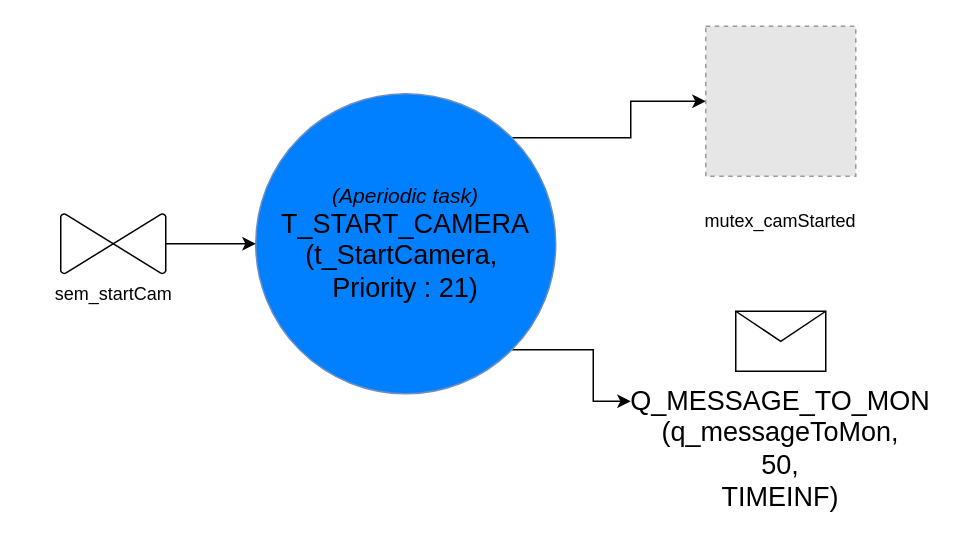
Above: perso/conception/T_START_CAMERA.drawio in NoNo47400/rt_dumber_depo (draw.io), before the change. Source tidied: cells renumbered, new cells numbered last; positions are measured from the earlier drawing's top-left corner, leaving out a move shared by most shapes. Both pictures are drawn from the tidied source at 150%, with x=0, y=0 at pixel (60, 26). Pictures stored in the file or linked from it are replaced by grey dashed boxes.
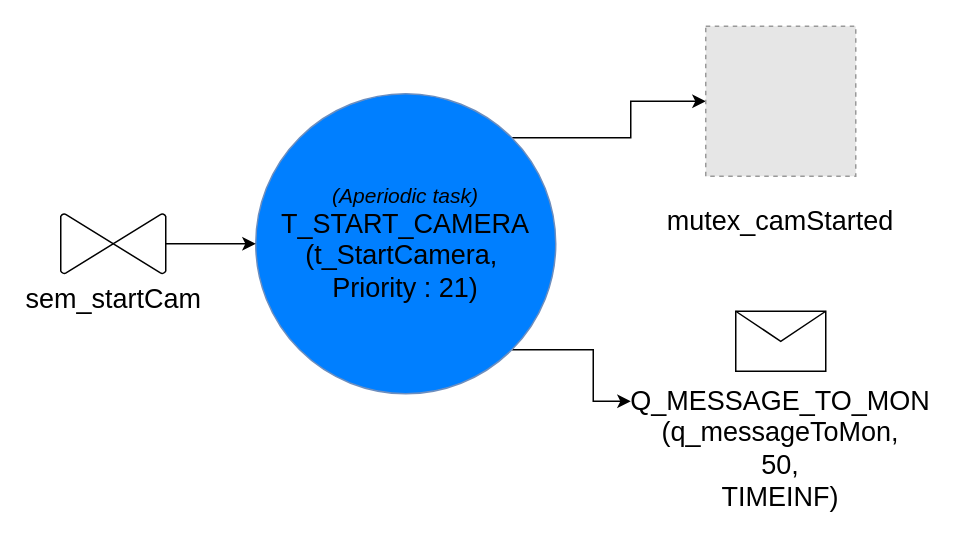
Above is the later version.

Diff of the diagram source:
```diff
@@
 <mxGraphModel>
   <root>
     <mxCell id="0" />
     <mxCell id="1" parent="0" />
     <mxCell id="2" style="edgeStyle=orthogonalEdgeStyle;rounded=0;jettySize=auto;html=1;exitX=1;exitY=0;exitDx=0;exitDy=0;entryX=0;entryY=0.5;entryDx=0;entryDy=0;" parent="1" edge="1" source="4" target="8">
       <mxGeometry relative="1" as="geometry" />
     </mxCell>
     <mxCell id="3" style="edgeStyle=orthogonalEdgeStyle;rounded=0;jettySize=auto;html=1;exitX=1;exitY=1;exitDx=0;exitDy=0;entryX=0;entryY=0.5;entryDx=0;entryDy=0;" parent="1" edge="1" source="4" target="12">
       <mxGeometry relative="1" as="geometry" />
     </mxCell>
     <mxCell id="4" value="&lt;font&gt;&lt;i&gt;&lt;font style=&quot;font-size: 14px&quot;&gt;(Aperiodic task)&lt;br&gt;&lt;/font&gt;&lt;/i&gt;&lt;font size=&quot;4&quot;&gt;T_START_CAMERA&lt;/font&gt;&lt;br&gt;&lt;font size=&quot;4&quot;&gt;(t_StartCamera,&amp;nbsp;&lt;/font&gt;&lt;/font&gt;&lt;div&gt;&lt;font&gt;&lt;font size=&quot;4&quot;&gt;Priority : 21)&lt;/font&gt;&lt;br&gt;&lt;/font&gt;&lt;/div&gt;" style="ellipse;whiteSpace=wrap;html=1;fillColor=#007FFF;strokeColor=#6c8ebf;" parent="1" vertex="1">
       <mxGeometry x="130" y="45" width="200" height="200" as="geometry" />
     </mxCell>
     <mxCell id="5" style="edgeStyle=orthogonalEdgeStyle;rounded=0;jettySize=auto;html=1;exitX=0.5;exitY=0;exitDx=0;exitDy=0;exitPerimeter=0;entryX=0;entryY=0.5;entryDx=0;entryDy=0;" parent="1" edge="1" source="6" target="4">
       <mxGeometry relative="1" as="geometry" />
     </mxCell>
-    <mxCell id="6" value="sem_startCam" style="verticalLabelPosition=bottom;verticalAlign=top;html=1;shape=mxgraph.flowchart.collate;direction=south;rotation=0;" parent="1" vertex="1">
+    <mxCell id="6" value="&lt;font style=&quot;font-size: 18px;&quot;&gt;sem_startCam&lt;/font&gt;" style="verticalLabelPosition=bottom;verticalAlign=top;html=1;shape=mxgraph.flowchart.collate;direction=south;rotation=0;" parent="1" vertex="1">
       <mxGeometry y="125" width="70" height="40" as="geometry" />
     </mxCell>
     <mxCell id="7" style="group;" parent="1" vertex="1">
       <mxGeometry x="380" width="200" height="140" as="geometry" />
     </mxCell>
     <mxCell id="8" style="fillColor=#E6E6E6;strokeColor=#999999;dashed=1;verticalLabelPosition=bottom;labelBackgroundColor=#ffffff;verticalAlign=top;" parent="7" vertex="1">
       <mxGeometry x="50" width="100" height="100" as="geometry" />
     </mxCell>
-    <mxCell id="9" value="mutex_camStarted" style="text;html=1;strokeColor=none;fillColor=none;align=center;verticalAlign=middle;whiteSpace=wrap;rounded=0;" parent="7" vertex="1">
+    <mxCell id="9" value="&lt;font style=&quot;font-size: 18px;&quot;&gt;mutex_camStarted&lt;/font&gt;" style="text;html=1;strokeColor=none;fillColor=none;align=center;verticalAlign=middle;whiteSpace=wrap;rounded=0;" parent="7" vertex="1">
       <mxGeometry y="120" width="200" height="20" as="geometry" />
     </mxCell>
     <mxCell id="10" style="group;" parent="1" vertex="1">
       <mxGeometry x="380" y="190" width="200" height="70" as="geometry" />
     </mxCell>
     <mxCell id="11" style="shape=message;html=1;whiteSpace=wrap;html=1;" parent="10" vertex="1">
       <mxGeometry x="70" width="60" height="40" as="geometry" />
     </mxCell>
     <mxCell id="12" value="&lt;font style=&quot;font-size: 18px&quot;&gt;&lt;br&gt;&lt;br&gt;&lt;br&gt;Q_MESSAGE_TO_MON&lt;br&gt;(q_messageToMon,&lt;br&gt;50,&lt;br&gt;TIMEINF)&lt;br&gt;&lt;/font&gt;" style="text;html=1;strokeColor=none;fillColor=none;align=center;verticalAlign=middle;whiteSpace=wrap;rounded=0;" parent="10" vertex="1">
       <mxGeometry y="50" width="200" height="20" as="geometry" />
     </mxCell>
   </root>
 </mxGraphModel>
```
